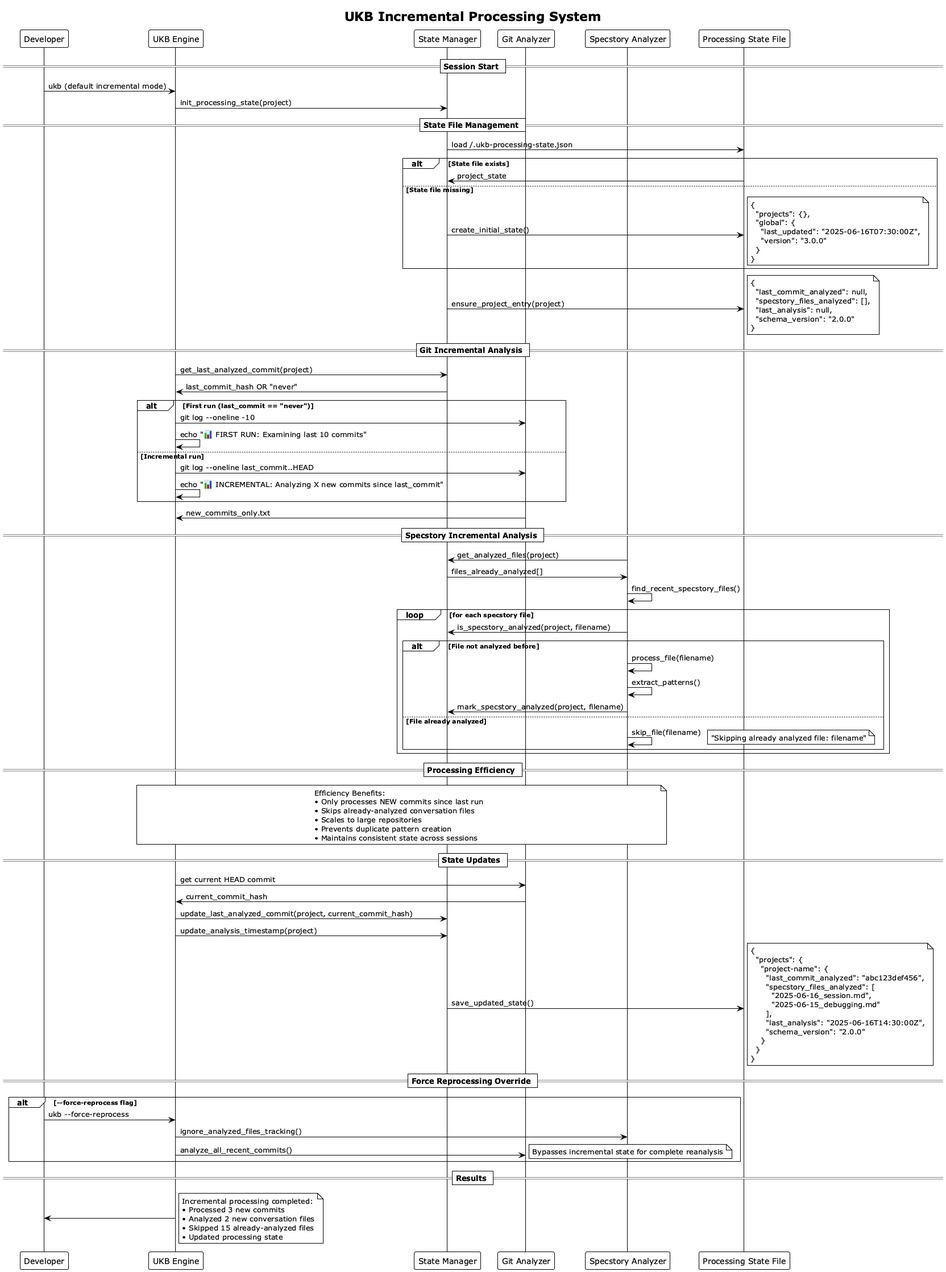
Above: docs/images/ukb-incremental-processing.png in fwornle/coding (PlantUML), before the change.
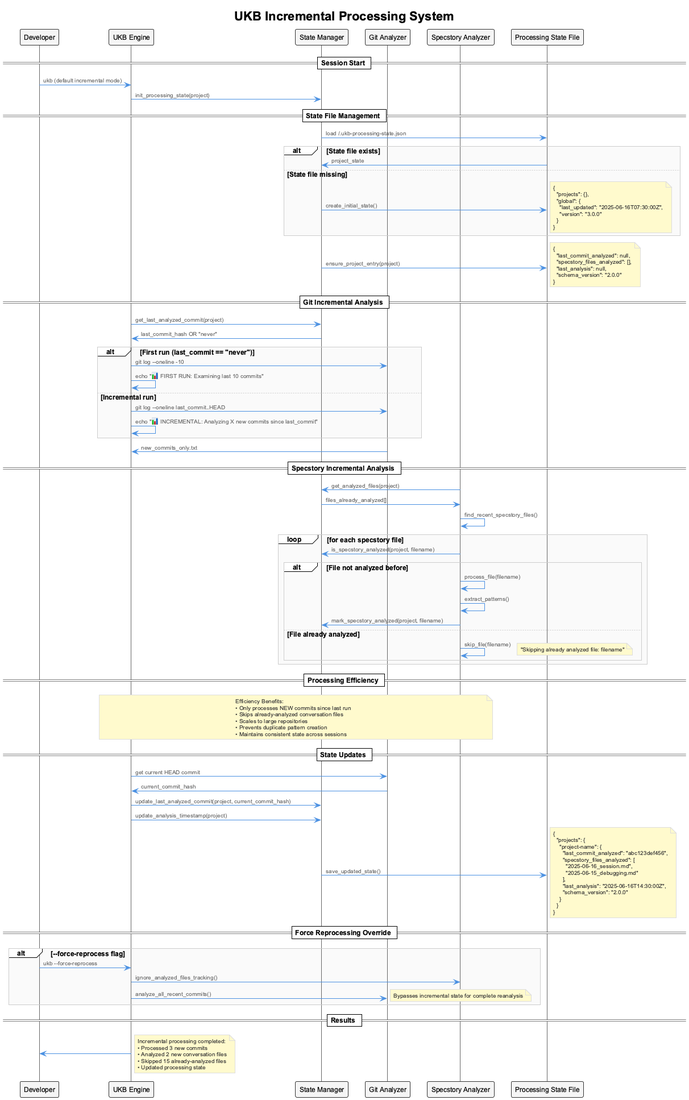
After the change.

Change to the diagram source:
```diff
@@ -1,6 +1,6 @@
 @startuml ukb-incremental-processing
-!theme plain
-skinparam backgroundColor #FFFFFF
+!include _standard-style.puml
+
 
 title UKB Incremental Processing System
 
```
